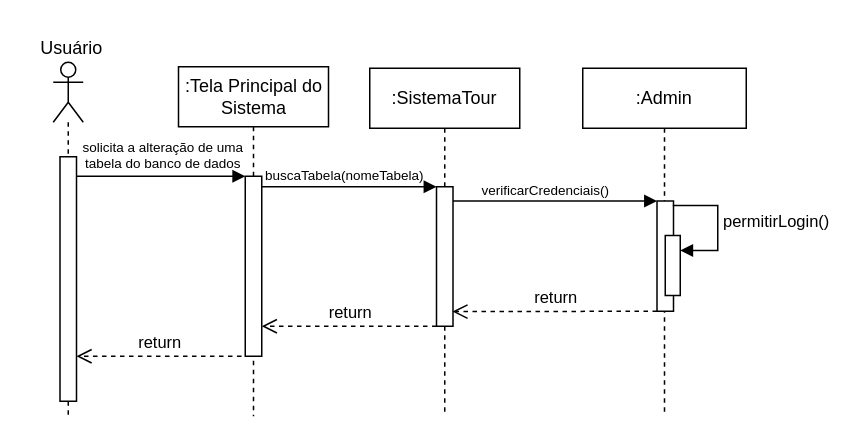
The draw.io diagram DiagramaDeSequencia-CadastrarInformacoes.drawio in Gigagiga1234/Tour-Virtual, before the edit. Source tidied: cells renumbered, new cells numbered last; positions are measured from the earlier drawing's top-left corner, leaving out a move shared by most shapes. Both pictures are drawn from the tidied source at 150%, with x=0, y=0 at pixel (26, 26).
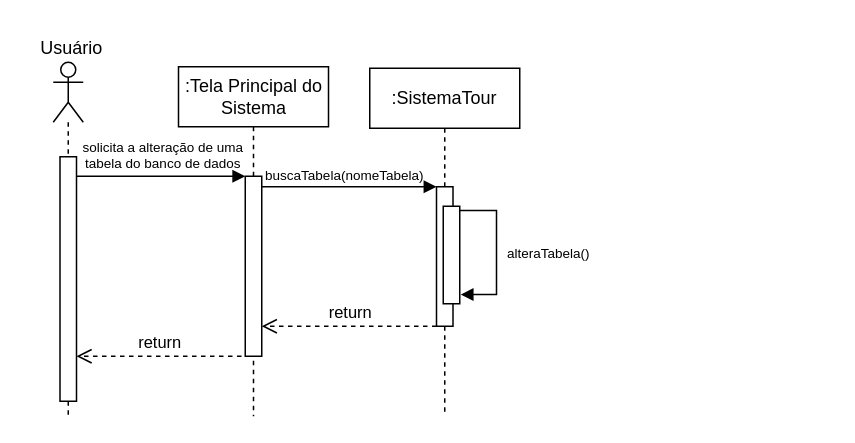
The same page after the edit.

Unchanged cells that the change refers to:
```xml
<mxCell id="14" style="rounded=0;whiteSpace=wrap;html=1;" parent="1" vertex="1">
  <mxGeometry x="273.5" y="107" width="11" height="93" as="geometry" />
</mxCell>
```

The edit, as a diff of the source:
```diff
@@
-    <mxCell id="15" value="verificarCredenciais()" style="text;html=1;align=center;verticalAlign=middle;strokeColor=none;fillColor=none;fontSize=9;" parent="1" vertex="1">
-      <mxGeometry x="291" y="100" width="110" height="20" as="geometry" />
-    </mxCell>
-    <mxCell id="16" value="return" style="html=1;verticalAlign=bottom;endArrow=open;dashed=1;endSize=8;curved=0;rounded=0;entryX=0.965;entryY=0.895;entryDx=0;entryDy=0;entryPerimeter=0;exitX=0;exitY=1;exitDx=0;exitDy=0;" parent="1" edge="1" source="18" target="14">
-      <mxGeometry relative="1" as="geometry" />
-    </mxCell>
-    <mxCell id="17" value=":Admin" style="shape=umlLifeline;perimeter=lifelinePerimeter;whiteSpace=wrap;html=1;newEdgeStyle={&quot;curved&quot;:0,&quot;rounded&quot;:0};" parent="1" vertex="1">
-      <mxGeometry x="371" y="28" width="109" height="232" as="geometry" />
-    </mxCell>
-    <mxCell id="18" style="rounded=0;whiteSpace=wrap;html=1;" parent="1" vertex="1">
-      <mxGeometry x="420.5" y="116.5" width="11" height="73.5" as="geometry" />
-    </mxCell>
-    <mxCell id="19" style="endArrow=block;html=1;rounded=0;entryX=0;entryY=0;entryDx=0;entryDy=0;endFill=1;exitX=0.998;exitY=0.031;exitDx=0;exitDy=0;exitPerimeter=0;" parent="1" edge="1" target="18">
-      <mxGeometry relative="1" as="geometry">
-        <mxPoint x="284.5" y="116.5" as="sourcePoint" />
-      </mxGeometry>
-    </mxCell>
-    <mxCell id="20" style="html=1;perimeter=orthogonalPerimeter;targetShapes=umlLifeline;newEdgeStyle={&quot;curved&quot;:0,&quot;rounded&quot;:0};" parent="1" vertex="1">
-      <mxGeometry x="426" y="139.5" width="10" height="40" as="geometry" />
-    </mxCell>
-    <mxCell id="21" value="permitirLogin()" style="html=1;align=left;spacingLeft=2;endArrow=block;rounded=0;edgeStyle=orthogonalEdgeStyle;curved=0;rounded=0;" parent="1" edge="1">
-      <mxGeometry x="-0.05" relative="1" as="geometry">
-        <mxPoint x="431" y="119.5" as="sourcePoint" />
-        <mxPoint x="436" y="149.5" as="targetPoint" />
-        <Array as="points">
-          <mxPoint x="461" y="149.5" />
-        </Array>
-      </mxGeometry>
-    </mxCell>
+    <mxCell id="22" style="html=1;align=left;spacingLeft=2;endArrow=block;rounded=0;edgeStyle=elbowEdgeStyle;rounded=0;exitX=1.089;exitY=0.74;exitDx=0;exitDy=0;exitPerimeter=0;entryX=1.054;entryY=0.906;entryDx=0;entryDy=0;entryPerimeter=0;" parent="1" edge="1" target="23">
+      <mxGeometry x="-0.17" y="30" relative="1" as="geometry">
+        <mxPoint x="289" y="122.9" as="sourcePoint" />
+        <Array as="points">
+          <mxPoint x="313.5" y="135.1" />
+        </Array>
+      </mxGeometry>
+    </mxCell>
+    <mxCell id="23" style="rounded=0;whiteSpace=wrap;html=1;" parent="1" vertex="1">
+      <mxGeometry x="278" y="120" width="11" height="65" as="geometry" />
+    </mxCell>
+    <mxCell id="24" value="alteraTabela()" style="text;html=1;align=center;verticalAlign=middle;strokeColor=none;fillColor=none;fontSize=9;" parent="1" vertex="1">
+      <mxGeometry x="308" y="141.5" width="80" height="20" as="geometry" />
+    </mxCell>
```
